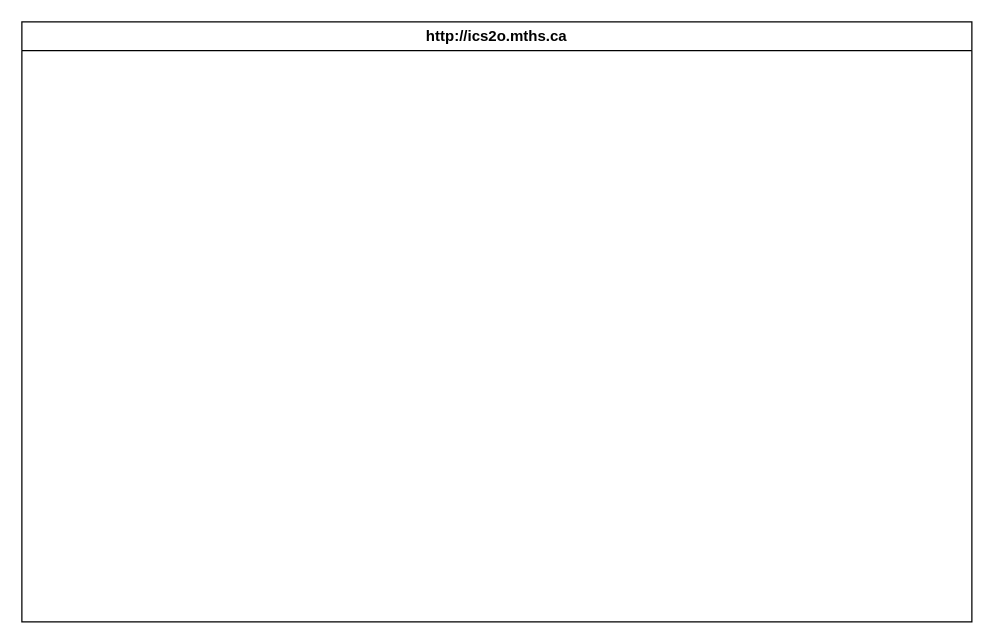
Earlier version of the draw.io diagram design/storyboard.drawio (MTHS-ICD2O-1-2023/ICD2O-Unit-5-03-kai-nguyen-4). Source tidied: cells renumbered, new cells numbered last; positions are measured from the earlier drawing's top-left corner, leaving out a move shared by most shapes. Both pictures are drawn from the tidied source at 125%, with x=0, y=0 at pixel (21, 21).
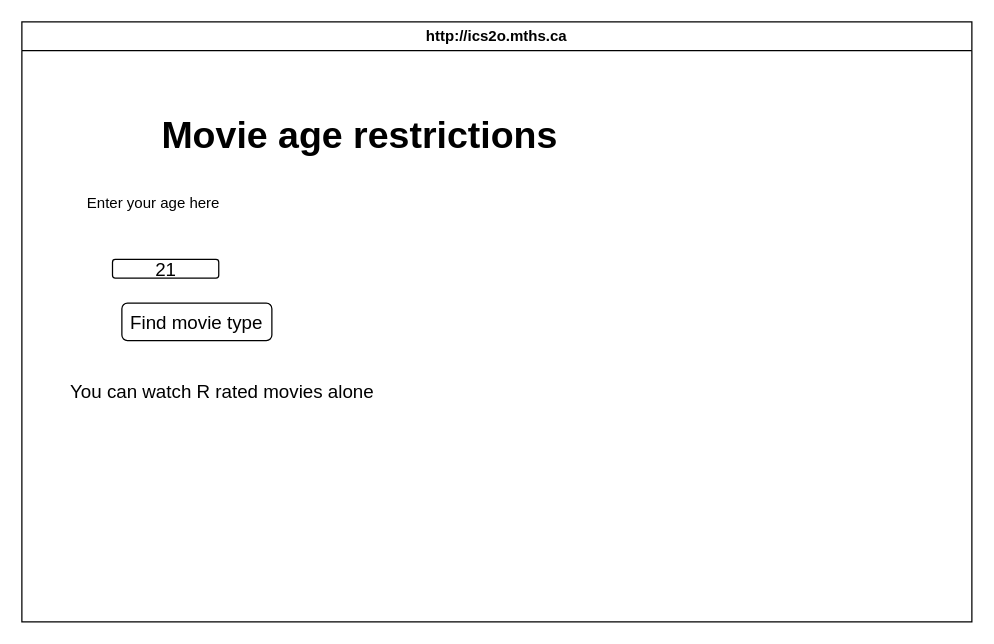
The same diagram, later.

The edit, as a diff of the source:
```diff
@@
 <mxGraphModel>
   <root>
     <mxCell id="0" />
     <mxCell id="1" parent="0" />
     <mxCell id="2" value="http://ics2o.mths.ca" style="swimlane;whiteSpace=wrap;html=1;" parent="1" vertex="1">
       <mxGeometry width="760" height="480" as="geometry" />
     </mxCell>
+    <mxCell id="3" value="&lt;h1&gt;Movie age restrictions&lt;/h1&gt;" style="text;html=1;align=center;verticalAlign=middle;strokeColor=none;fillColor=none;fontSize=15;" parent="1" vertex="1">
+      <mxGeometry x="100" y="45" width="340" height="90" as="geometry" />
+    </mxCell>
+    <mxCell id="4" value="Find movie type" style="rounded=1;whiteSpace=wrap;html=1;fontSize=15;" parent="1" vertex="1">
+      <mxGeometry x="80" y="225" width="120" height="30" as="geometry" />
+    </mxCell>
+    <mxCell id="5" value="You can watch R rated movies alone" style="text;html=1;align=center;verticalAlign=middle;strokeColor=none;fillColor=none;fontSize=15;" parent="1" vertex="1">
+      <mxGeometry x="30" y="280" width="260" height="30" as="geometry" />
+    </mxCell>
+    <mxCell id="6" value="21" style="rounded=1;whiteSpace=wrap;html=1;fontSize=15;" parent="1" vertex="1">
+      <mxGeometry x="72.5" y="190" width="85" height="15" as="geometry" />
+    </mxCell>
+    <mxCell id="7" value="Enter your age here" style="text;html=1;align=center;verticalAlign=middle;strokeColor=none;fillColor=none;" parent="1" vertex="1">
+      <mxGeometry x="40" y="130" width="130" height="30" as="geometry" />
+    </mxCell>
   </root>
 </mxGraphModel>
```
